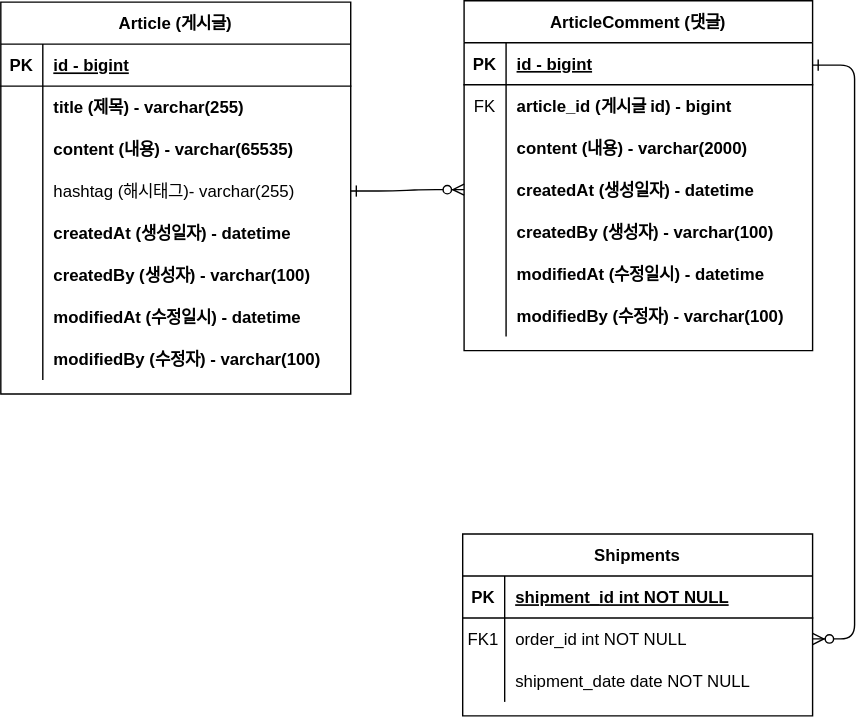
The draw.io diagram document/project-board-erd.svg in LeticiaKang/mvc-board-practice, before a commit. Source tidied: cells renumbered, new cells last; positions are measured from the earlier drawing's top-left corner, leaving out a move shared by most shapes.
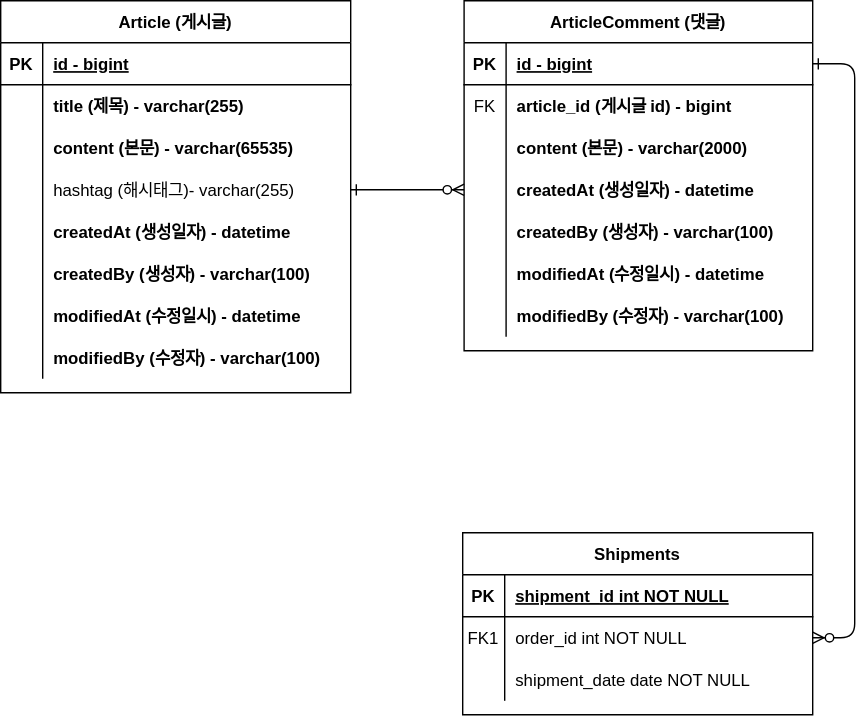
The same diagram one commit later.

Commit message:
#2 - ERD 주석 업데이트: project-board-erd.svg

Diff of the diagram source:
```diff
@@ -67,7 +67,7 @@
     <mxCell id="22" style="shape=partialRectangle;overflow=hidden;fillColor=none;top=0;left=0;bottom=0;right=0;" parent="21" vertex="1">
       <mxGeometry width="30" height="30" as="geometry" />
     </mxCell>
-    <mxCell id="23" value="content (내용) - varchar(65535)" style="shape=partialRectangle;overflow=hidden;fillColor=none;top=0;left=0;bottom=0;right=0;align=left;spacingLeft=6;fontStyle=1;" parent="21" vertex="1">
+    <mxCell id="23" value="content (본문) - varchar(65535)" style="shape=partialRectangle;overflow=hidden;fillColor=none;top=0;left=0;bottom=0;right=0;align=left;spacingLeft=6;fontStyle=1;" parent="21" vertex="1">
       <mxGeometry x="30" width="220" height="30" as="geometry" />
     </mxCell>
     <mxCell id="24" style="shape=partialRectangle;fillColor=none;points=[[0,0.5],[1,0.5]];portConstraint=eastwest;top=0;left=0;right=0;bottom=0;" parent="14" vertex="1">
@@ -116,7 +116,7 @@
       <mxGeometry x="30" width="220" height="30" as="geometry" />
     </mxCell>
     <mxCell id="39" value="ArticleComment (댓글)" style="shape=table;startSize=30;rowLines=0;fontStyle=1;align=center;" parent="1" vertex="1">
-      <mxGeometry x="331" width="249" height="250" as="geometry" />
+      <mxGeometry x="331" y="1" width="249" height="250" as="geometry" />
     </mxCell>
     <mxCell id="40" style="shape=partialRectangle;fillColor=none;top=0;left=0;right=0;bottom=1;" parent="39" vertex="1">
       <mxGeometry y="30" width="249" height="30" as="geometry" />
@@ -142,7 +142,7 @@
     <mxCell id="47" style="shape=partialRectangle;overflow=hidden;fillColor=none;top=0;left=0;bottom=0;right=0;" parent="46" vertex="1">
       <mxGeometry width="30" height="30" as="geometry" />
     </mxCell>
-    <mxCell id="48" value="content (내용) - varchar(2000)" style="shape=partialRectangle;overflow=hidden;fillColor=none;top=0;left=0;bottom=0;right=0;align=left;spacingLeft=6;fontStyle=1;" parent="46" vertex="1">
+    <mxCell id="48" value="content (본문) - varchar(2000)" style="shape=partialRectangle;overflow=hidden;fillColor=none;top=0;left=0;bottom=0;right=0;align=left;spacingLeft=6;fontStyle=1;" parent="46" vertex="1">
       <mxGeometry x="30" width="219" height="30" as="geometry" />
     </mxCell>
     <mxCell id="49" style="shape=partialRectangle;fillColor=none;points=[[0,0.5],[1,0.5]];portConstraint=eastwest;top=0;left=0;right=0;bottom=0;" parent="39" vertex="1">
```
